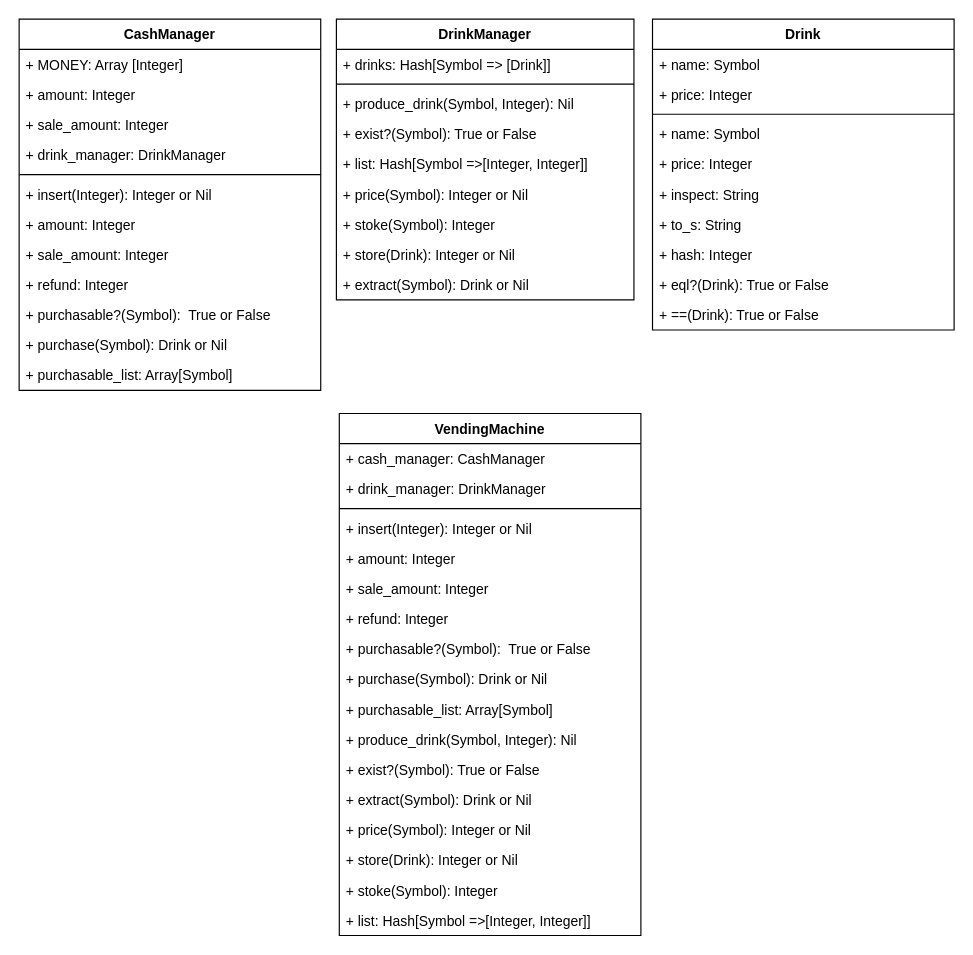
Before: images/class.drawio in fumtas1k/tddbc_ft, a draw.io diagram. Source tidied: cells renumbered, new cells numbered last; positions are measured from the earlier drawing's top-left corner, leaving out a move shared by most shapes. Both pictures are drawn from the tidied source at 116%, with x=0, y=0 at pixel (19, 19).
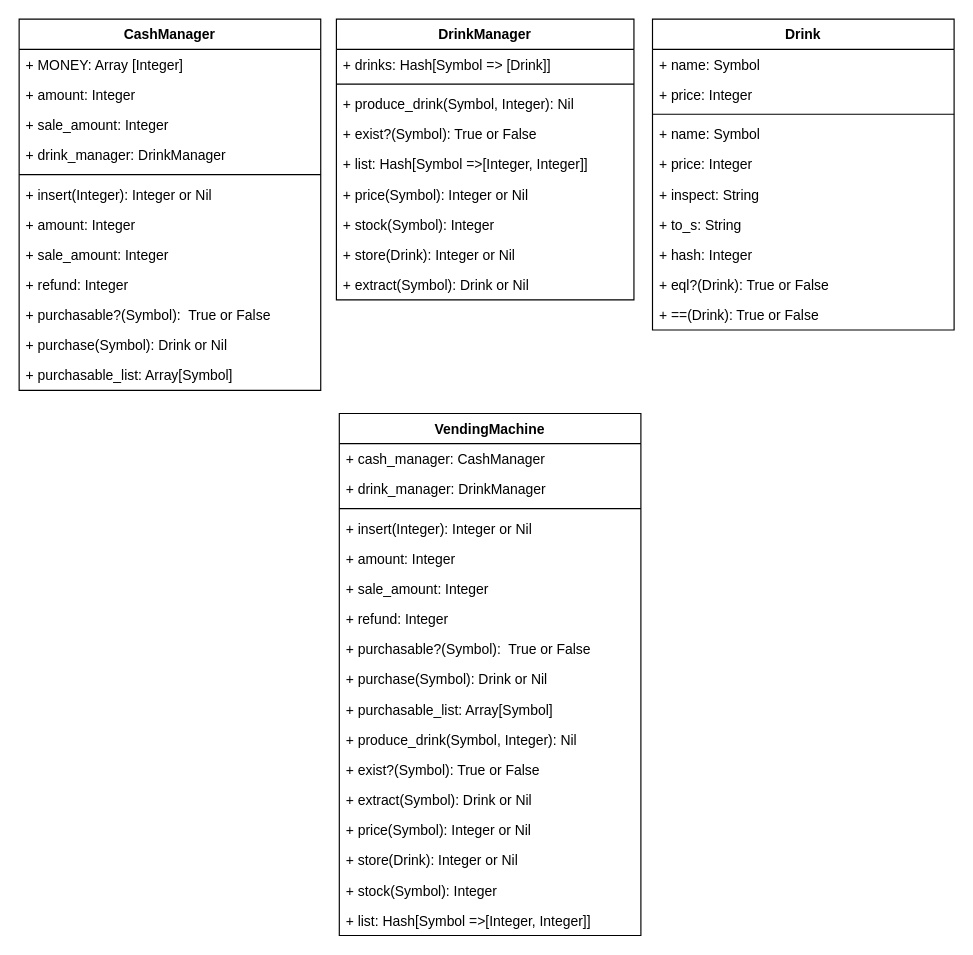
The same diagram, later.

Unchanged cells that the change refers to:
```xml
<mxCell id="15" value="DrinkManager" style="swimlane;fontStyle=1;align=center;verticalAlign=top;horizontal=1;startSize=26;" parent="1" vertex="1">
  <mxGeometry x="273.5" width="256.5" height="242" as="geometry" />
</mxCell>
<mxCell id="36" value="VendingMachine" style="swimlane;fontStyle=1;align=center;verticalAlign=top;horizontal=1;startSize=26;" parent="1" vertex="1">
  <mxGeometry x="276" y="340" width="260" height="450" as="geometry" />
</mxCell>
```

What changed in the source:
```diff
@@
-    <mxCell id="22" value="+ stoke(Symbol): Integer" style="text;strokeColor=none;fillColor=none;align=left;verticalAlign=top;spacingLeft=4;spacingRight=4;overflow=hidden;" parent="15" vertex="1">
+    <mxCell id="22" value="+ stock(Symbol): Integer" style="text;strokeColor=none;fillColor=none;align=left;verticalAlign=top;spacingLeft=4;spacingRight=4;overflow=hidden;" parent="15" vertex="1">
       <mxGeometry y="164" width="256.5" height="26" as="geometry" />
     </mxCell>
@@
-    <mxCell id="52" value="+ stoke(Symbol): Integer" style="text;strokeColor=none;fillColor=none;align=left;verticalAlign=top;spacingLeft=4;spacingRight=4;overflow=hidden;" parent="36" vertex="1">
+    <mxCell id="52" value="+ stock(Symbol): Integer" style="text;strokeColor=none;fillColor=none;align=left;verticalAlign=top;spacingLeft=4;spacingRight=4;overflow=hidden;" parent="36" vertex="1">
       <mxGeometry y="398" width="260" height="26" as="geometry" />
     </mxCell>
```
